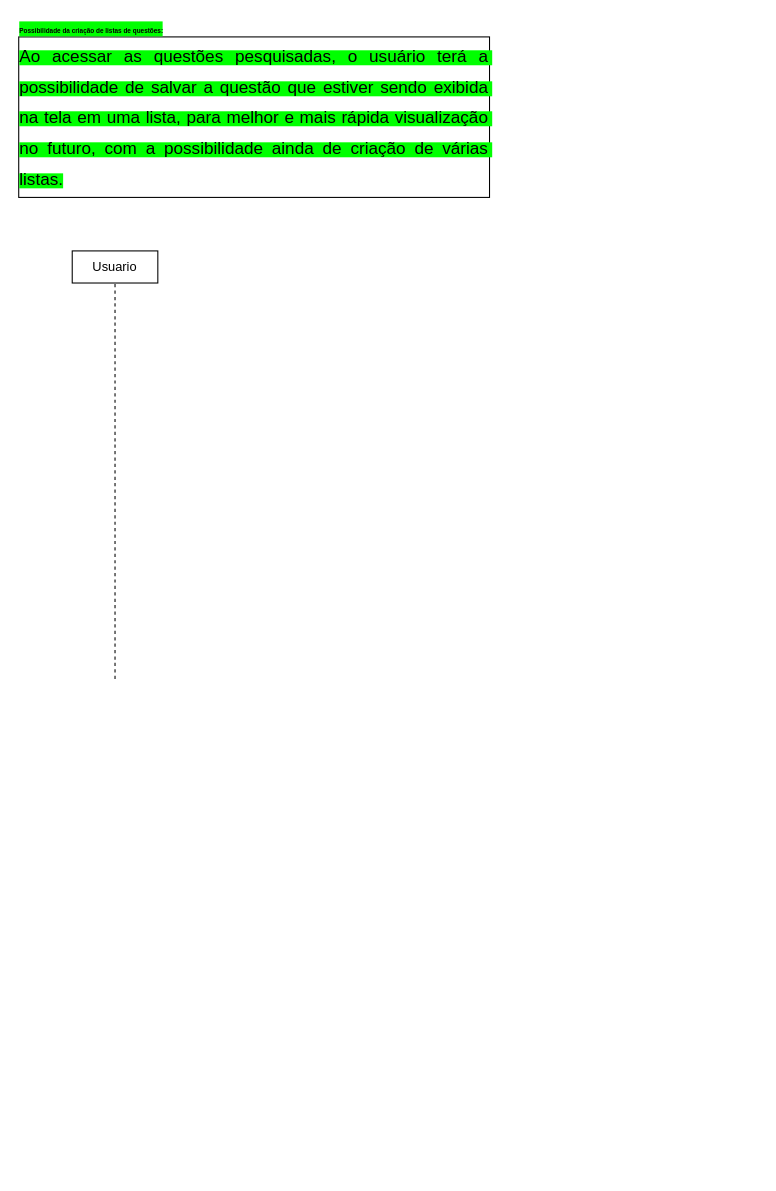
This is Criar Listas.drawio from augustorazani/QENEM-UML-Diagram, a draw.io file, before an edit. Source tidied: cells renumbered, new cells numbered last; positions are measured from the earlier drawing's top-left corner, leaving out a move shared by most shapes. Both pictures are drawn from the tidied source at 107%, with x=0, y=0 at pixel (18, 36).
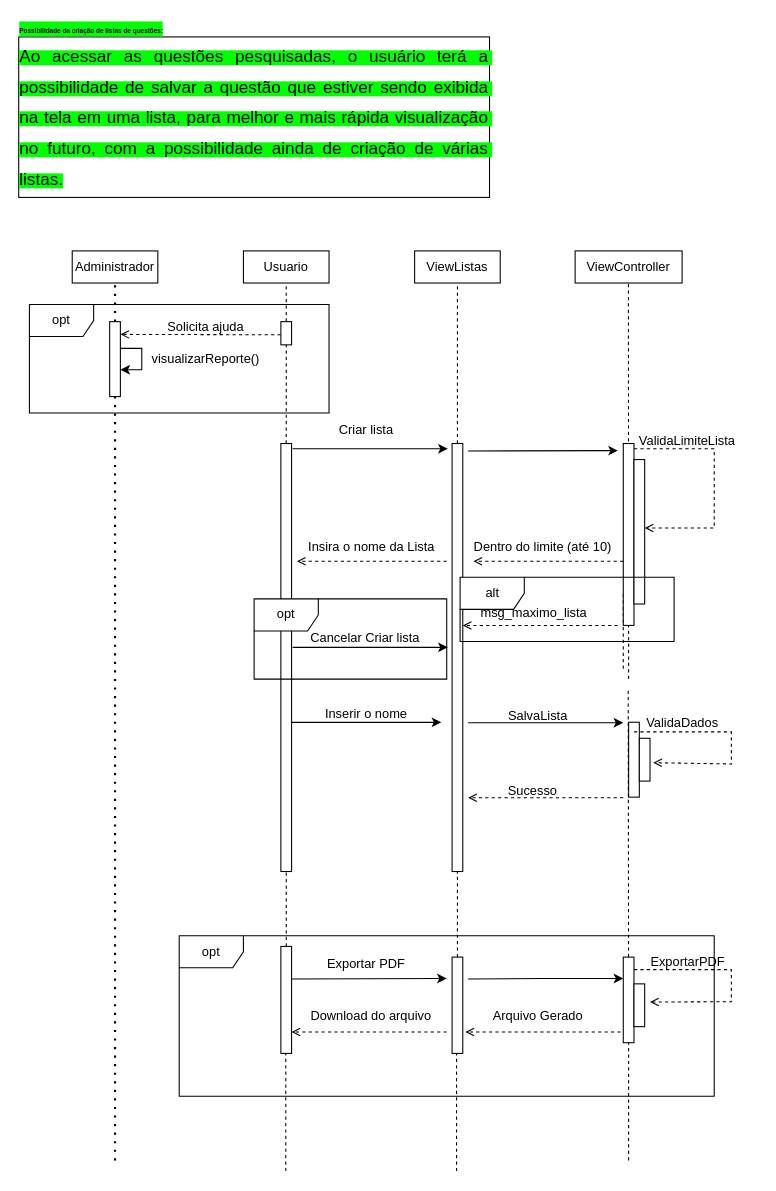
The same page after the edit.

Diff of the diagram source:
```diff
@@
     <mxCell id="3" value="Usuario" style="rounded=0;whiteSpace=wrap;html=1;" parent="1" vertex="1">
-      <mxGeometry x="50" y="200" width="80" height="30" as="geometry" />
+      <mxGeometry x="210" y="200" width="80" height="30" as="geometry" />
     </mxCell>
-    <mxCell id="4" style="endArrow=none;dashed=1;html=1;rounded=0;" parent="1" edge="1">
+    <mxCell id="4" style="endArrow=none;dashed=1;html=1;rounded=0;" parent="1" edge="1" source="7">
       <mxGeometry relative="1" as="geometry">
-        <mxPoint x="90" y="600" as="sourcePoint" />
-        <mxPoint x="90" y="230" as="targetPoint" />
+        <mxPoint x="250" y="230" as="targetPoint" />
       </mxGeometry>
     </mxCell>
+    <mxCell id="5" value="ViewListas" style="rounded=0;whiteSpace=wrap;html=1;" parent="1" vertex="1">
+      <mxGeometry x="370" y="200" width="80" height="30" as="geometry" />
+    </mxCell>
+    <mxCell id="6" style="endArrow=none;dashed=1;html=1;rounded=0;exitX=0.5;exitY=0;exitDx=0;exitDy=0;" parent="1" edge="1" source="50" target="7">
+      <mxGeometry relative="1" as="geometry">
+        <Array as="points">
+          <mxPoint x="250" y="650" />
+        </Array>
+      </mxGeometry>
+    </mxCell>
+    <mxCell id="7" style="rounded=0;whiteSpace=wrap;html=1;" parent="1" vertex="1">
+      <mxGeometry x="245" y="380" width="10" height="400" as="geometry" />
+    </mxCell>
+    <mxCell id="8" style="endArrow=none;dashed=1;html=1;rounded=0;" parent="1" edge="1" source="21">
+      <mxGeometry relative="1" as="geometry">
+        <mxPoint x="410" y="230" as="targetPoint" />
+      </mxGeometry>
+    </mxCell>
+    <mxCell id="9" value="Administrador" style="rounded=0;whiteSpace=wrap;html=1;" parent="1" vertex="1">
+      <mxGeometry x="50" y="200" width="80" height="30" as="geometry" />
+    </mxCell>
+    <mxCell id="10" value="opt" style="shape=umlFrame;whiteSpace=wrap;html=1;" parent="1" vertex="1">
+      <mxGeometry x="10" y="250" width="280" height="101.5" as="geometry" />
+    </mxCell>
+    <mxCell id="11" style="endArrow=open;html=1;rounded=0;exitX=1.037;exitY=0.719;exitDx=0;exitDy=0;exitPerimeter=0;dashed=1;endFill=0;" parent="1" edge="1" source="13">
+      <mxGeometry relative="1" as="geometry">
+        <mxPoint x="95" y="278" as="targetPoint" />
+      </mxGeometry>
+    </mxCell>
+    <mxCell id="12" style="edgeStyle=orthogonalEdgeStyle;rounded=0;orthogonalLoop=1;jettySize=auto;html=1;curved=0;" parent="1" edge="1" source="18" target="18">
+      <mxGeometry relative="1" as="geometry" />
+    </mxCell>
+    <mxCell id="13" value="Solicita ajuda" style="text;html=1;align=center;verticalAlign=middle;whiteSpace=wrap;rounded=0;" parent="1" vertex="1">
+      <mxGeometry x="110" y="254.4" width="130" height="33.4" as="geometry" />
+    </mxCell>
+    <mxCell id="14" value="visualizarReporte()" style="text;html=1;align=center;verticalAlign=middle;whiteSpace=wrap;rounded=0;" parent="1" vertex="1">
+      <mxGeometry x="130" y="289.2" width="90" height="23.9" as="geometry" />
+    </mxCell>
+    <mxCell id="15" style="html=1;perimeter=orthogonalPerimeter;targetShapes=umlLifeline;newEdgeStyle={&quot;curved&quot;:0,&quot;rounded&quot;:0};" parent="1" vertex="1">
+      <mxGeometry x="245" y="266.1" width="10" height="21.7" as="geometry" />
+    </mxCell>
+    <mxCell id="16" style="endArrow=none;dashed=1;html=1;dashPattern=1 3;strokeWidth=2;rounded=0;" parent="1" edge="1" source="18">
+      <mxGeometry relative="1" as="geometry">
+        <mxPoint x="90" y="230" as="targetPoint" />
+      </mxGeometry>
+    </mxCell>
+    <mxCell id="17" style="endArrow=none;dashed=1;html=1;dashPattern=1 3;strokeWidth=2;rounded=0;" parent="1" edge="1" target="18">
+      <mxGeometry relative="1" as="geometry">
+        <mxPoint x="90" y="1050" as="sourcePoint" />
+      </mxGeometry>
+    </mxCell>
+    <mxCell id="18" style="html=1;points=[[0,0,0,0,5],[0,1,0,0,-5],[1,0,0,0,5],[1,1,0,0,-5]];perimeter=orthogonalPerimeter;outlineConnect=0;targetShapes=umlLifeline;portConstraint=eastwest;newEdgeStyle={&quot;curved&quot;:0,&quot;rounded&quot;:0};" parent="1" vertex="1">
+      <mxGeometry x="85" y="266.1" width="10" height="70" as="geometry" />
+    </mxCell>
+    <mxCell id="19" value="ViewController" style="rounded=0;whiteSpace=wrap;html=1;" parent="1" vertex="1">
+      <mxGeometry x="520" y="200" width="100" height="30" as="geometry" />
+    </mxCell>
+    <mxCell id="20" style="endArrow=none;dashed=1;html=1;rounded=0;exitX=0.5;exitY=0;exitDx=0;exitDy=0;" parent="1" edge="1" source="53" target="21">
+      <mxGeometry relative="1" as="geometry" />
+    </mxCell>
+    <mxCell id="21" style="rounded=0;whiteSpace=wrap;html=1;" parent="1" vertex="1">
+      <mxGeometry x="405" y="380" width="10" height="400" as="geometry" />
+    </mxCell>
+    <mxCell id="22" value="Criar lista" style="text;html=1;align=center;verticalAlign=middle;whiteSpace=wrap;rounded=0;" parent="1" vertex="1">
+      <mxGeometry x="260" y="351.5" width="130" height="33.4" as="geometry" />
+    </mxCell>
+    <mxCell id="23" style="endArrow=classic;html=1;rounded=0;" parent="1" edge="1">
+      <mxGeometry relative="1" as="geometry">
+        <mxPoint x="256" y="384.9" as="sourcePoint" />
+        <mxPoint x="401" y="384.9" as="targetPoint" />
+      </mxGeometry>
+    </mxCell>
+    <mxCell id="24" style="endArrow=none;dashed=1;html=1;rounded=0;" parent="1" edge="1">
+      <mxGeometry relative="1" as="geometry">
+        <mxPoint x="570" y="600" as="sourcePoint" />
+        <mxPoint x="569.8" y="230" as="targetPoint" />
+      </mxGeometry>
+    </mxCell>
+    <mxCell id="25" style="endArrow=none;dashed=1;html=1;rounded=0;" parent="1" edge="1">
+      <mxGeometry relative="1" as="geometry">
+        <mxPoint x="565" y="520.5" as="sourcePoint" />
+        <mxPoint x="565" y="550.5" as="targetPoint" />
+      </mxGeometry>
+    </mxCell>
+    <mxCell id="26" style="rounded=0;whiteSpace=wrap;html=1;" parent="1" vertex="1">
+      <mxGeometry x="565" y="380" width="10" height="170" as="geometry" />
+    </mxCell>
+    <mxCell id="27" style="endArrow=classic;html=1;rounded=0;entryX=0;entryY=0.75;entryDx=0;entryDy=0;" parent="1" edge="1" target="30">
+      <mxGeometry relative="1" as="geometry">
+        <mxPoint x="420" y="387" as="sourcePoint" />
+      </mxGeometry>
+    </mxCell>
+    <mxCell id="28" style="rounded=0;whiteSpace=wrap;html=1;" parent="1" vertex="1">
+      <mxGeometry x="575" y="395" width="10" height="135" as="geometry" />
+    </mxCell>
+    <mxCell id="29" style="endArrow=open;html=1;rounded=0;exitX=1;exitY=0;exitDx=0;exitDy=0;dashed=1;endFill=0;entryX=1;entryY=0.474;entryDx=0;entryDy=0;entryPerimeter=0;" parent="1" edge="1" target="28">
+      <mxGeometry relative="1" as="geometry">
+        <mxPoint x="575" y="384.9" as="sourcePoint" />
+        <Array as="points">
+          <mxPoint x="650" y="384.9" />
+          <mxPoint x="650" y="459" />
+        </Array>
+      </mxGeometry>
+    </mxCell>
+    <mxCell id="30" value="ValidaLimiteLista" style="text;html=1;align=center;verticalAlign=middle;whiteSpace=wrap;rounded=0;" parent="1" vertex="1">
+      <mxGeometry x="560" y="361.6" width="130" height="33.4" as="geometry" />
+    </mxCell>
+    <mxCell id="31" style="endArrow=open;html=1;rounded=0;exitX=1.037;exitY=0.719;exitDx=0;exitDy=0;exitPerimeter=0;dashed=1;endFill=0;" parent="1" edge="1">
+      <mxGeometry relative="1" as="geometry">
+        <mxPoint x="565" y="490" as="sourcePoint" />
+        <mxPoint x="425" y="490" as="targetPoint" />
+      </mxGeometry>
+    </mxCell>
+    <mxCell id="32" value="Dentro do limite (até 10)" style="text;html=1;align=center;verticalAlign=middle;whiteSpace=wrap;rounded=0;" parent="1" vertex="1">
+      <mxGeometry x="415" y="460" width="150" height="33.4" as="geometry" />
+    </mxCell>
+    <mxCell id="33" style="endArrow=open;html=1;rounded=0;exitX=1.037;exitY=0.719;exitDx=0;exitDy=0;exitPerimeter=0;dashed=1;endFill=0;" parent="1" edge="1">
+      <mxGeometry relative="1" as="geometry">
+        <mxPoint x="400" y="490" as="sourcePoint" />
+        <mxPoint x="260" y="490" as="targetPoint" />
+      </mxGeometry>
+    </mxCell>
+    <mxCell id="34" value="Insira o nome da Lista" style="text;html=1;align=center;verticalAlign=middle;whiteSpace=wrap;rounded=0;" parent="1" vertex="1">
+      <mxGeometry x="255" y="460" width="150" height="33.4" as="geometry" />
+    </mxCell>
+    <mxCell id="35" value="Inserir o nome" style="text;html=1;align=center;verticalAlign=middle;whiteSpace=wrap;rounded=0;" parent="1" vertex="1">
+      <mxGeometry x="260" y="616.6" width="130" height="33.4" as="geometry" />
+    </mxCell>
+    <mxCell id="36" style="endArrow=classic;html=1;rounded=0;" parent="1" edge="1">
+      <mxGeometry relative="1" as="geometry">
+        <mxPoint x="255" y="640.6" as="sourcePoint" />
+        <mxPoint x="395" y="640.6" as="targetPoint" />
+      </mxGeometry>
+    </mxCell>
+    <mxCell id="37" value="SalvaLista" style="text;html=1;align=center;verticalAlign=middle;strokeColor=none;fillColor=none;" parent="1" vertex="1">
+      <mxGeometry x="445" y="620" width="80" height="30" as="geometry" />
+    </mxCell>
+    <mxCell id="38" style="rounded=0;whiteSpace=wrap;html=1;" parent="1" vertex="1">
+      <mxGeometry x="570" y="640.5" width="10" height="70" as="geometry" />
+    </mxCell>
+    <mxCell id="39" style="endArrow=none;dashed=1;html=1;rounded=0;" parent="1" edge="1" source="55">
+      <mxGeometry relative="1" as="geometry">
+        <mxPoint x="569.6" y="611" as="targetPoint" />
+      </mxGeometry>
+    </mxCell>
+    <mxCell id="40" value="alt" style="shape=umlFrame;whiteSpace=wrap;html=1;" parent="1" vertex="1">
+      <mxGeometry x="412.5" y="505" width="200" height="60" as="geometry" />
+    </mxCell>
+    <mxCell id="41" style="endArrow=classic;html=1;rounded=0;" parent="1" edge="1">
+      <mxGeometry relative="1" as="geometry">
+        <mxPoint x="420" y="641" as="sourcePoint" />
+        <mxPoint x="565" y="641" as="targetPoint" />
+      </mxGeometry>
+    </mxCell>
+    <mxCell id="42" style="endArrow=open;html=1;rounded=0;dashed=1;endFill=0;entryX=1.3;entryY=0.57;entryDx=0;entryDy=0;entryPerimeter=0;" parent="1" edge="1" target="43">
+      <mxGeometry relative="1" as="geometry">
+        <mxPoint x="575" y="649.5" as="sourcePoint" />
+        <Array as="points">
+          <mxPoint x="666" y="649.5" />
+          <mxPoint x="666" y="679.5" />
+        </Array>
+      </mxGeometry>
+    </mxCell>
+    <mxCell id="43" style="rounded=0;whiteSpace=wrap;html=1;" parent="1" vertex="1">
+      <mxGeometry x="580" y="655.5" width="10" height="40" as="geometry" />
+    </mxCell>
+    <mxCell id="44" value="ValidaDados" style="text;html=1;align=center;verticalAlign=middle;strokeColor=none;fillColor=none;" parent="1" vertex="1">
+      <mxGeometry x="575" y="626" width="90" height="30" as="geometry" />
+    </mxCell>
+    <mxCell id="45" style="endArrow=open;html=1;rounded=0;dashed=1;endFill=0;" parent="1" edge="1">
+      <mxGeometry relative="1" as="geometry">
+        <mxPoint x="565" y="711" as="sourcePoint" />
+        <mxPoint x="420" y="711" as="targetPoint" />
+      </mxGeometry>
+    </mxCell>
+    <mxCell id="46" value="Sucesso" style="text;html=1;align=center;verticalAlign=middle;strokeColor=none;fillColor=none;" parent="1" vertex="1">
+      <mxGeometry x="445" y="689.5" width="70" height="30" as="geometry" />
+    </mxCell>
+    <mxCell id="47" style="endArrow=none;dashed=1;html=1;rounded=0;" parent="1" edge="1">
+      <mxGeometry relative="1" as="geometry">
+        <mxPoint x="565" y="590.5" as="sourcePoint" />
+        <mxPoint x="565" y="550.5" as="targetPoint" />
+      </mxGeometry>
+    </mxCell>
+    <mxCell id="48" value="&lt;b style=&quot;font-weight:normal;&quot; id=&quot;docs-internal-guid-245c9a75-7fff-a788-f105-0794429abbf5&quot;&gt;&lt;span style=&quot;font-family: Arial, sans-serif; color: rgb(0, 0, 0); background-color: transparent; font-weight: 400; font-style: normal; font-variant: normal; text-decoration: none; vertical-align: baseline; white-space: pre-wrap;&quot;&gt;&lt;font&gt;msg_maximo_lista&lt;/font&gt;&lt;/span&gt;&lt;/b&gt;" style="text;whiteSpace=wrap;html=1;" parent="1" vertex="1">
+      <mxGeometry x="430" y="525.2" width="165" height="20" as="geometry" />
+    </mxCell>
+    <mxCell id="49" style="endArrow=open;html=1;rounded=0;exitX=-0.022;exitY=0.919;exitDx=0;exitDy=0;exitPerimeter=0;dashed=1;endFill=0;" parent="1" edge="1">
+      <mxGeometry relative="1" as="geometry">
+        <mxPoint x="559.8" y="550.1" as="sourcePoint" />
+        <mxPoint x="415" y="550" as="targetPoint" />
+      </mxGeometry>
+    </mxCell>
+    <mxCell id="50" style="rounded=0;whiteSpace=wrap;html=1;" parent="1" vertex="1">
+      <mxGeometry x="245" y="850" width="10" height="100" as="geometry" />
+    </mxCell>
+    <mxCell id="51" value="Exportar PDF" style="text;html=1;align=center;verticalAlign=middle;whiteSpace=wrap;rounded=0;" parent="1" vertex="1">
+      <mxGeometry x="260" y="850" width="130" height="33.4" as="geometry" />
+    </mxCell>
+    <mxCell id="52" style="endArrow=classic;html=1;rounded=0;exitX=0;exitY=1;exitDx=0;exitDy=0;" parent="1" edge="1">
+      <mxGeometry relative="1" as="geometry">
+        <mxPoint x="255" y="880.4" as="sourcePoint" />
+        <mxPoint x="400" y="880" as="targetPoint" />
+      </mxGeometry>
+    </mxCell>
+    <mxCell id="53" style="rounded=0;whiteSpace=wrap;html=1;" parent="1" vertex="1">
+      <mxGeometry x="405" y="860" width="10" height="90" as="geometry" />
+    </mxCell>
+    <mxCell id="54" style="endArrow=none;dashed=1;html=1;rounded=0;" parent="1" edge="1" target="55">
+      <mxGeometry relative="1" as="geometry">
+        <mxPoint x="570" y="1050" as="sourcePoint" />
+      </mxGeometry>
+    </mxCell>
+    <mxCell id="55" style="rounded=0;whiteSpace=wrap;html=1;" parent="1" vertex="1">
+      <mxGeometry x="565" y="860" width="10" height="80" as="geometry" />
+    </mxCell>
+    <mxCell id="56" value="opt" style="shape=umlFrame;whiteSpace=wrap;html=1;" parent="1" vertex="1">
+      <mxGeometry x="150" y="840" width="500" height="150" as="geometry" />
+    </mxCell>
+    <mxCell id="57" style="endArrow=open;html=1;rounded=0;dashed=1;endFill=0;" parent="1" edge="1">
+      <mxGeometry relative="1" as="geometry">
+        <mxPoint x="562.5" y="930" as="sourcePoint" />
+        <mxPoint x="417.5" y="930" as="targetPoint" />
+      </mxGeometry>
+    </mxCell>
+    <mxCell id="58" value="Arquivo Gerado" style="text;html=1;align=center;verticalAlign=middle;strokeColor=none;fillColor=none;" parent="1" vertex="1">
+      <mxGeometry x="430" y="900" width="110" height="30" as="geometry" />
+    </mxCell>
+    <mxCell id="59" style="endArrow=classic;html=1;rounded=0;exitX=0;exitY=1;exitDx=0;exitDy=0;" parent="1" edge="1">
+      <mxGeometry relative="1" as="geometry">
+        <mxPoint x="420" y="880.4" as="sourcePoint" />
+        <mxPoint x="565" y="880" as="targetPoint" />
+        <Array as="points">
+          <mxPoint x="490" y="880" />
+        </Array>
+      </mxGeometry>
+    </mxCell>
+    <mxCell id="60" style="endArrow=open;html=1;rounded=0;dashed=1;endFill=0;" parent="1" edge="1">
+      <mxGeometry relative="1" as="geometry">
+        <mxPoint x="400" y="930" as="sourcePoint" />
+        <mxPoint x="255" y="930" as="targetPoint" />
+      </mxGeometry>
+    </mxCell>
+    <mxCell id="61" style="endArrow=none;dashed=1;html=1;rounded=0;" parent="1" edge="1">
+      <mxGeometry relative="1" as="geometry">
+        <mxPoint x="409.2" y="1060" as="sourcePoint" />
+        <mxPoint x="409.2" y="950" as="targetPoint" />
+      </mxGeometry>
+    </mxCell>
+    <mxCell id="62" style="endArrow=none;dashed=1;html=1;rounded=0;" parent="1" edge="1">
+      <mxGeometry relative="1" as="geometry">
+        <mxPoint x="249.6" y="1060" as="sourcePoint" />
+        <mxPoint x="249.6" y="950" as="targetPoint" />
+      </mxGeometry>
+    </mxCell>
+    <mxCell id="63" style="endArrow=open;html=1;rounded=0;dashed=1;endFill=0;" parent="1" edge="1">
+      <mxGeometry relative="1" as="geometry">
+        <mxPoint x="575" y="871.7" as="sourcePoint" />
+        <mxPoint x="590" y="902" as="targetPoint" />
+        <Array as="points">
+          <mxPoint x="666" y="871.7" />
+          <mxPoint x="666" y="901.7" />
+        </Array>
+      </mxGeometry>
+    </mxCell>
+    <mxCell id="64" style="rounded=0;whiteSpace=wrap;html=1;" parent="1" vertex="1">
+      <mxGeometry x="575" y="885" width="10" height="40" as="geometry" />
+    </mxCell>
+    <mxCell id="65" value="ExportarPDF" style="text;html=1;align=center;verticalAlign=middle;strokeColor=none;fillColor=none;" parent="1" vertex="1">
+      <mxGeometry x="580" y="850" width="90" height="30" as="geometry" />
+    </mxCell>
+    <mxCell id="66" value="Download do arquivo" style="text;html=1;align=center;verticalAlign=middle;strokeColor=none;fillColor=none;" parent="1" vertex="1">
+      <mxGeometry x="258.5" y="900" width="140" height="30" as="geometry" />
+    </mxCell>
+    <mxCell id="67" value="opt" style="shape=umlFrame;whiteSpace=wrap;html=1;" parent="1" vertex="1">
+      <mxGeometry x="220" y="525.2" width="180" height="75" as="geometry" />
+    </mxCell>
+    <mxCell id="68" style="endArrow=classic;html=1;rounded=0;" parent="1" edge="1">
+      <mxGeometry relative="1" as="geometry">
+        <mxPoint x="256" y="570.5" as="sourcePoint" />
+        <mxPoint x="401" y="570.5" as="targetPoint" />
+      </mxGeometry>
+    </mxCell>
+    <mxCell id="69" value="Cancelar Criar lista" style="text;html=1;align=center;verticalAlign=middle;whiteSpace=wrap;rounded=0;" parent="1" vertex="1">
+      <mxGeometry x="258.5" y="545.2" width="130" height="33.4" as="geometry" />
+    </mxCell>
```
